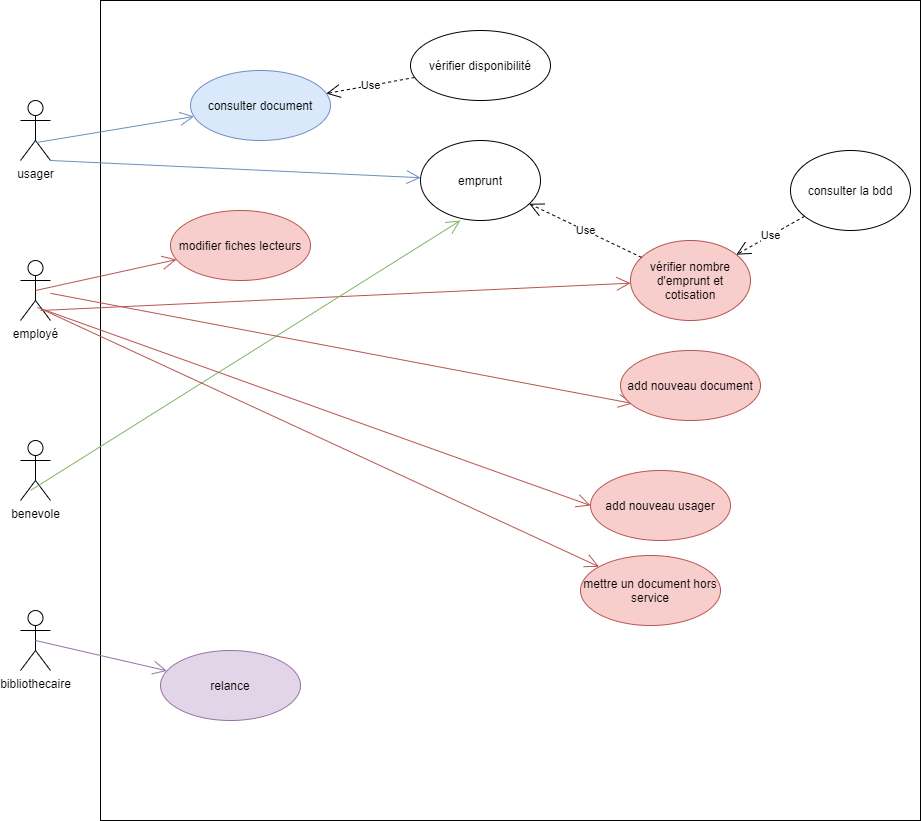
The draw.io diagram Evaluation mediatheque/diagramme cas d'utilisation.png in alnarolekoala/CDA, before a commit. Source tidied: cells renumbered, new cells last; positions are measured from the earlier drawing's top-left corner, leaving out a move shared by most shapes. The source it was exported from:
```xml
<mxGraphModel>
  <root>
    <mxCell id="0" />
    <mxCell id="1" parent="0" />
    <mxCell id="2" style="whiteSpace=wrap;html=1;" parent="1" vertex="1">
      <mxGeometry x="80" width="820" height="820" as="geometry" />
    </mxCell>
    <mxCell id="3" value="usager" style="shape=umlActor;verticalLabelPosition=bottom;verticalAlign=top;html=1;" parent="1" vertex="1">
      <mxGeometry y="100" width="30" height="60" as="geometry" />
    </mxCell>
    <mxCell id="4" value="employé" style="shape=umlActor;verticalLabelPosition=bottom;verticalAlign=top;html=1;" parent="1" vertex="1">
      <mxGeometry y="260" width="30" height="60" as="geometry" />
    </mxCell>
    <mxCell id="5" value="benevole" style="shape=umlActor;verticalLabelPosition=bottom;verticalAlign=top;html=1;" parent="1" vertex="1">
      <mxGeometry y="440" width="30" height="60" as="geometry" />
    </mxCell>
    <mxCell id="6" value="bibliothecaire" style="shape=umlActor;verticalLabelPosition=bottom;verticalAlign=top;html=1;" parent="1" vertex="1">
      <mxGeometry y="610" width="30" height="60" as="geometry" />
    </mxCell>
    <mxCell id="7" value="emprunt" style="ellipse;whiteSpace=wrap;html=1;" parent="1" vertex="1">
      <mxGeometry x="400" y="140" width="120" height="80" as="geometry" />
    </mxCell>
    <mxCell id="8" value="consulter la bdd" style="ellipse;whiteSpace=wrap;html=1;" parent="1" vertex="1">
      <mxGeometry x="770" y="150" width="120" height="80" as="geometry" />
    </mxCell>
    <mxCell id="9" value="Use" style="endArrow=open;endSize=12;dashed=1;html=1;" parent="1" edge="1" source="8" target="10">
      <mxGeometry relative="1" as="geometry" />
    </mxCell>
    <mxCell id="10" value="vérifier nombre d'emprunt et cotisation" style="ellipse;whiteSpace=wrap;html=1;fillColor=#f8cecc;strokeColor=#b85450;" parent="1" vertex="1">
      <mxGeometry x="610" y="240" width="120" height="80" as="geometry" />
    </mxCell>
    <mxCell id="11" value="Use" style="endArrow=open;endSize=12;dashed=1;html=1;" parent="1" edge="1" source="10" target="7">
      <mxGeometry relative="1" as="geometry" />
    </mxCell>
    <mxCell id="12" style="endArrow=open;endFill=1;endSize=12;html=1;exitX=1;exitY=1;exitDx=0;exitDy=0;exitPerimeter=0;fillColor=#dae8fc;strokeColor=#6c8ebf;" parent="1" edge="1" source="3" target="7">
      <mxGeometry relative="1" as="geometry" />
    </mxCell>
    <mxCell id="13" style="endArrow=open;endFill=1;endSize=12;html=1;exitX=0.667;exitY=0.833;exitDx=0;exitDy=0;exitPerimeter=0;fillColor=#f8cecc;strokeColor=#b85450;" parent="1" edge="1" source="4" target="10">
      <mxGeometry relative="1" as="geometry" />
    </mxCell>
    <mxCell id="14" value="consulter document" style="ellipse;whiteSpace=wrap;html=1;fillColor=#dae8fc;strokeColor=#6c8ebf;" parent="1" vertex="1">
      <mxGeometry x="170" y="70" width="140" height="70" as="geometry" />
    </mxCell>
    <mxCell id="15" style="endArrow=open;endFill=1;endSize=12;html=1;exitX=0.533;exitY=0.7;exitDx=0;exitDy=0;exitPerimeter=0;fillColor=#dae8fc;strokeColor=#6c8ebf;" parent="1" edge="1" source="3" target="14">
      <mxGeometry relative="1" as="geometry" />
    </mxCell>
    <mxCell id="16" style="endArrow=open;endFill=1;endSize=12;html=1;exitX=0.333;exitY=0.833;exitDx=0;exitDy=0;exitPerimeter=0;entryX=0.333;entryY=1;entryDx=0;entryDy=0;entryPerimeter=0;fillColor=#d5e8d4;strokeColor=#82b366;" parent="1" edge="1" source="5" target="7">
      <mxGeometry relative="1" as="geometry" />
    </mxCell>
    <mxCell id="17" value="relance" style="ellipse;whiteSpace=wrap;html=1;fillColor=#e1d5e7;strokeColor=#9673a6;" parent="1" vertex="1">
      <mxGeometry x="140" y="650" width="140" height="70" as="geometry" />
    </mxCell>
    <mxCell id="18" style="endArrow=open;endFill=1;endSize=12;html=1;entryX=0.086;entryY=0.757;entryDx=0;entryDy=0;entryPerimeter=0;fillColor=#f8cecc;strokeColor=#b85450;" parent="1" edge="1" source="4" target="20">
      <mxGeometry relative="1" as="geometry" />
    </mxCell>
    <mxCell id="19" style="endArrow=open;endFill=1;endSize=12;html=1;exitX=0.5;exitY=0.5;exitDx=0;exitDy=0;exitPerimeter=0;fillColor=#e1d5e7;strokeColor=#9673a6;" parent="1" edge="1" source="6" target="17">
      <mxGeometry relative="1" as="geometry" />
    </mxCell>
    <mxCell id="20" value="add nouveau document" style="ellipse;whiteSpace=wrap;html=1;fillColor=#f8cecc;strokeColor=#b85450;" parent="1" vertex="1">
      <mxGeometry x="600" y="350" width="140" height="70" as="geometry" />
    </mxCell>
    <mxCell id="21" value="add nouveau usager" style="ellipse;whiteSpace=wrap;html=1;fillColor=#f8cecc;strokeColor=#b85450;" parent="1" vertex="1">
      <mxGeometry x="570" y="470" width="140" height="70" as="geometry" />
    </mxCell>
    <mxCell id="22" style="endArrow=open;endFill=1;endSize=12;html=1;entryX=0;entryY=0.5;entryDx=0;entryDy=0;exitX=0.567;exitY=0.783;exitDx=0;exitDy=0;exitPerimeter=0;fillColor=#f8cecc;strokeColor=#b85450;" parent="1" edge="1" source="4" target="21">
      <mxGeometry relative="1" as="geometry" />
    </mxCell>
    <mxCell id="23" value="modifier fiches lecteurs" style="ellipse;whiteSpace=wrap;html=1;fillColor=#f8cecc;strokeColor=#b85450;" parent="1" vertex="1">
      <mxGeometry x="150" y="210" width="140" height="70" as="geometry" />
    </mxCell>
    <mxCell id="24" style="endArrow=open;endFill=1;endSize=12;html=1;exitX=0.5;exitY=0.5;exitDx=0;exitDy=0;exitPerimeter=0;fillColor=#f8cecc;strokeColor=#b85450;" parent="1" edge="1" source="4" target="23">
      <mxGeometry relative="1" as="geometry" />
    </mxCell>
    <mxCell id="25" value="mettre un document hors service" style="ellipse;whiteSpace=wrap;html=1;fillColor=#f8cecc;strokeColor=#b85450;" parent="1" vertex="1">
      <mxGeometry x="560" y="555" width="140" height="70" as="geometry" />
    </mxCell>
    <mxCell id="26" style="endArrow=open;endFill=1;endSize=12;html=1;exitX=0.8;exitY=0.833;exitDx=0;exitDy=0;exitPerimeter=0;fillColor=#f8cecc;strokeColor=#b85450;" parent="1" edge="1" source="4" target="25">
      <mxGeometry relative="1" as="geometry" />
    </mxCell>
    <mxCell id="27" value="Use" style="endArrow=open;endSize=12;dashed=1;html=1;" parent="1" edge="1" source="28" target="14">
      <mxGeometry relative="1" as="geometry" />
    </mxCell>
    <mxCell id="28" value="vérifier disponibilité" style="ellipse;whiteSpace=wrap;html=1;" parent="1" vertex="1">
      <mxGeometry x="390" y="30" width="140" height="70" as="geometry" />
    </mxCell>
  </root>
</mxGraphModel>
```
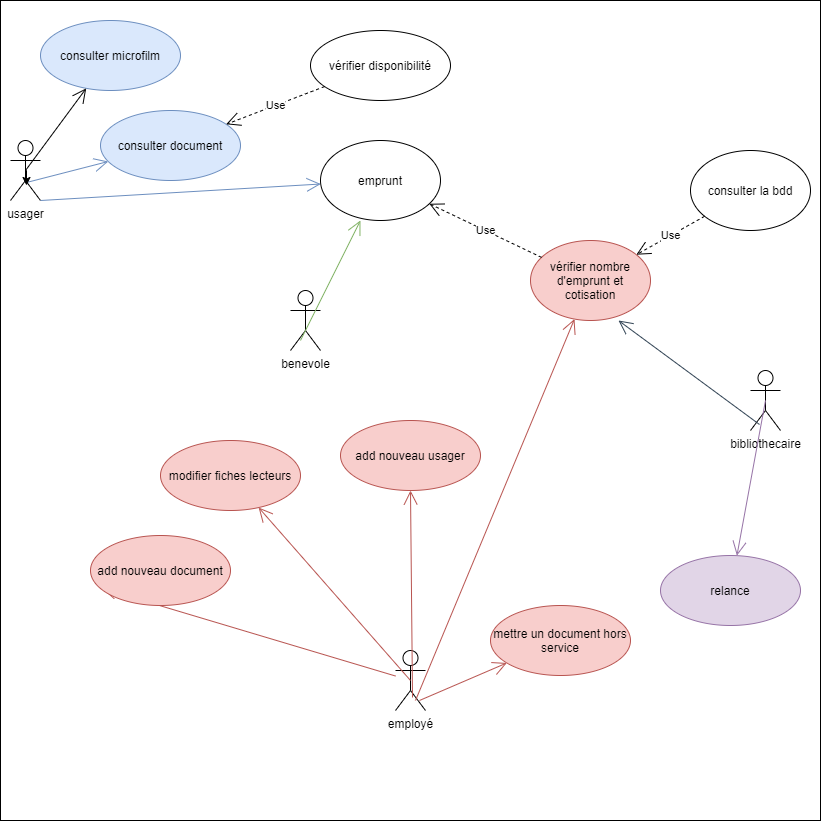
The same diagram one commit later.

Diff of the diagram source:
```diff
@@ -6,16 +6,16 @@
       <mxGeometry x="80" width="820" height="820" as="geometry" />
     </mxCell>
     <mxCell id="3" value="usager" style="shape=umlActor;verticalLabelPosition=bottom;verticalAlign=top;html=1;" parent="1" vertex="1">
-      <mxGeometry y="100" width="30" height="60" as="geometry" />
+      <mxGeometry x="90" y="140" width="30" height="60" as="geometry" />
     </mxCell>
     <mxCell id="4" value="employé" style="shape=umlActor;verticalLabelPosition=bottom;verticalAlign=top;html=1;" parent="1" vertex="1">
-      <mxGeometry y="260" width="30" height="60" as="geometry" />
+      <mxGeometry x="475" y="650" width="30" height="60" as="geometry" />
     </mxCell>
     <mxCell id="5" value="benevole" style="shape=umlActor;verticalLabelPosition=bottom;verticalAlign=top;html=1;" parent="1" vertex="1">
-      <mxGeometry y="440" width="30" height="60" as="geometry" />
+      <mxGeometry x="370" y="290" width="30" height="60" as="geometry" />
     </mxCell>
     <mxCell id="6" value="bibliothecaire" style="shape=umlActor;verticalLabelPosition=bottom;verticalAlign=top;html=1;" parent="1" vertex="1">
-      <mxGeometry y="610" width="30" height="60" as="geometry" />
+      <mxGeometry x="830" y="370" width="30" height="60" as="geometry" />
     </mxCell>
     <mxCell id="7" value="emprunt" style="ellipse;whiteSpace=wrap;html=1;" parent="1" vertex="1">
       <mxGeometry x="400" y="140" width="120" height="80" as="geometry" />
@@ -39,7 +39,7 @@
       <mxGeometry relative="1" as="geometry" />
     </mxCell>
     <mxCell id="14" value="consulter document" style="ellipse;whiteSpace=wrap;html=1;fillColor=#dae8fc;strokeColor=#6c8ebf;" parent="1" vertex="1">
-      <mxGeometry x="170" y="70" width="140" height="70" as="geometry" />
+      <mxGeometry x="180" y="110" width="140" height="70" as="geometry" />
     </mxCell>
     <mxCell id="15" style="endArrow=open;endFill=1;endSize=12;html=1;exitX=0.533;exitY=0.7;exitDx=0;exitDy=0;exitPerimeter=0;fillColor=#dae8fc;strokeColor=#6c8ebf;" parent="1" edge="1" source="3" target="14">
       <mxGeometry relative="1" as="geometry" />
@@ -48,7 +48,7 @@
       <mxGeometry relative="1" as="geometry" />
     </mxCell>
     <mxCell id="17" value="relance" style="ellipse;whiteSpace=wrap;html=1;fillColor=#e1d5e7;strokeColor=#9673a6;" parent="1" vertex="1">
-      <mxGeometry x="140" y="650" width="140" height="70" as="geometry" />
+      <mxGeometry x="740" y="555" width="140" height="70" as="geometry" />
     </mxCell>
     <mxCell id="18" style="endArrow=open;endFill=1;endSize=12;html=1;entryX=0.086;entryY=0.757;entryDx=0;entryDy=0;entryPerimeter=0;fillColor=#f8cecc;strokeColor=#b85450;" parent="1" edge="1" source="4" target="20">
       <mxGeometry relative="1" as="geometry" />
@@ -57,22 +57,22 @@
       <mxGeometry relative="1" as="geometry" />
     </mxCell>
     <mxCell id="20" value="add nouveau document" style="ellipse;whiteSpace=wrap;html=1;fillColor=#f8cecc;strokeColor=#b85450;" parent="1" vertex="1">
-      <mxGeometry x="600" y="350" width="140" height="70" as="geometry" />
+      <mxGeometry x="170" y="535" width="140" height="70" as="geometry" />
     </mxCell>
     <mxCell id="21" value="add nouveau usager" style="ellipse;whiteSpace=wrap;html=1;fillColor=#f8cecc;strokeColor=#b85450;" parent="1" vertex="1">
-      <mxGeometry x="570" y="470" width="140" height="70" as="geometry" />
+      <mxGeometry x="420" y="420" width="140" height="70" as="geometry" />
     </mxCell>
-    <mxCell id="22" style="endArrow=open;endFill=1;endSize=12;html=1;entryX=0;entryY=0.5;entryDx=0;entryDy=0;exitX=0.567;exitY=0.783;exitDx=0;exitDy=0;exitPerimeter=0;fillColor=#f8cecc;strokeColor=#b85450;" parent="1" edge="1" source="4" target="21">
+    <mxCell id="22" style="endArrow=open;endFill=1;endSize=12;html=1;entryX=0.5;entryY=1;entryDx=0;entryDy=0;exitX=0.567;exitY=0.783;exitDx=0;exitDy=0;exitPerimeter=0;fillColor=#f8cecc;strokeColor=#b85450;" parent="1" edge="1" source="4" target="21">
       <mxGeometry relative="1" as="geometry" />
     </mxCell>
     <mxCell id="23" value="modifier fiches lecteurs" style="ellipse;whiteSpace=wrap;html=1;fillColor=#f8cecc;strokeColor=#b85450;" parent="1" vertex="1">
-      <mxGeometry x="150" y="210" width="140" height="70" as="geometry" />
+      <mxGeometry x="240" y="440" width="140" height="70" as="geometry" />
     </mxCell>
     <mxCell id="24" style="endArrow=open;endFill=1;endSize=12;html=1;exitX=0.5;exitY=0.5;exitDx=0;exitDy=0;exitPerimeter=0;fillColor=#f8cecc;strokeColor=#b85450;" parent="1" edge="1" source="4" target="23">
       <mxGeometry relative="1" as="geometry" />
     </mxCell>
     <mxCell id="25" value="mettre un document hors service" style="ellipse;whiteSpace=wrap;html=1;fillColor=#f8cecc;strokeColor=#b85450;" parent="1" vertex="1">
-      <mxGeometry x="560" y="555" width="140" height="70" as="geometry" />
+      <mxGeometry x="570" y="605" width="140" height="70" as="geometry" />
     </mxCell>
     <mxCell id="26" style="endArrow=open;endFill=1;endSize=12;html=1;exitX=0.8;exitY=0.833;exitDx=0;exitDy=0;exitPerimeter=0;fillColor=#f8cecc;strokeColor=#b85450;" parent="1" edge="1" source="4" target="25">
       <mxGeometry relative="1" as="geometry" />
@@ -83,5 +83,17 @@
     <mxCell id="28" value="vérifier disponibilité" style="ellipse;whiteSpace=wrap;html=1;" parent="1" vertex="1">
       <mxGeometry x="390" y="30" width="140" height="70" as="geometry" />
     </mxCell>
+    <mxCell id="29" value="consulter microfilm" style="ellipse;whiteSpace=wrap;html=1;fillColor=#dae8fc;strokeColor=#6c8ebf;" parent="1" vertex="1">
+      <mxGeometry x="120" y="20" width="140" height="70" as="geometry" />
+    </mxCell>
+    <mxCell id="30" style="endArrow=open;endFill=1;endSize=12;html=1;exitX=0.5;exitY=0.5;exitDx=0;exitDy=0;exitPerimeter=0;" parent="1" edge="1" source="3" target="29">
+      <mxGeometry relative="1" as="geometry" />
+    </mxCell>
+    <mxCell id="31" style="edgeStyle=orthogonalEdgeStyle;rounded=0;orthogonalLoop=1;jettySize=auto;html=1;exitX=0.5;exitY=0.5;exitDx=0;exitDy=0;exitPerimeter=0;entryX=0.533;entryY=0.75;entryDx=0;entryDy=0;entryPerimeter=0;" parent="1" edge="1" source="3" target="3">
+      <mxGeometry relative="1" as="geometry" />
+    </mxCell>
+    <mxCell id="32" style="endArrow=open;endFill=1;endSize=12;html=1;fillColor=#647687;strokeColor=#314354;exitX=0.3;exitY=0.9;exitDx=0;exitDy=0;exitPerimeter=0;entryX=0.733;entryY=1;entryDx=0;entryDy=0;entryPerimeter=0;" parent="1" edge="1" source="6" target="10">
+      <mxGeometry relative="1" as="geometry" />
+    </mxCell>
   </root>
 </mxGraphModel>
```
